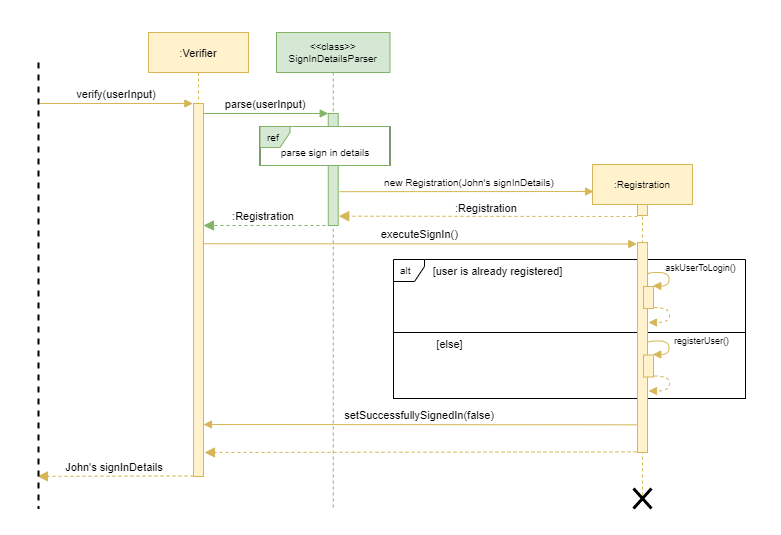
The draw.io diagram docs/developerGuideDiagrams/registrationSequenceDiagram.png in theeugenechong/tp, before a commit. Source tidied: cells renumbered, new cells last; positions are measured from the earlier drawing's top-left corner, leaving out a move shared by most shapes. Source of this version:
```xml
<mxGraphModel>
  <root>
    <mxCell id="0" />
    <mxCell id="1" parent="0" />
    <mxCell id="2" style="rounded=0;whiteSpace=wrap;html=1;fontSize=10;strokeColor=#FFFFFF;" parent="1" vertex="1">
      <mxGeometry width="780" height="534" as="geometry" />
    </mxCell>
    <mxCell id="3" style="rounded=0;whiteSpace=wrap;html=1;fontSize=10;" parent="1" vertex="1">
      <mxGeometry x="393" y="332" width="352" height="66" as="geometry" />
    </mxCell>
    <mxCell id="4" value="alt" style="shape=umlFrame;whiteSpace=wrap;html=1;width=31;height=22;boundedLbl=1;verticalAlign=middle;align=left;spacingLeft=5;fontSize=10;" parent="1" vertex="1">
      <mxGeometry x="393" y="259" width="352" height="73" as="geometry" />
    </mxCell>
    <mxCell id="5" value=":Verifier" style="shape=umlLifeline;perimeter=lifelinePerimeter;rounded=0;shadow=0;strokeWidth=1;fontFamily=Helvetica;fontSize=11;fillColor=#fff2cc;strokeColor=#d6b656;" parent="1" vertex="1">
      <mxGeometry x="148" y="32" width="100" height="444" as="geometry" />
    </mxCell>
    <mxCell id="6" style="points=[];perimeter=orthogonalPerimeter;rounded=0;shadow=0;strokeWidth=1;fontFamily=Helvetica;fontSize=11;fillColor=#fff2cc;strokeColor=#d6b656;" parent="5" vertex="1">
      <mxGeometry x="45" y="71" width="10" height="373" as="geometry" />
    </mxCell>
    <mxCell id="7" value=":Registration" style="verticalAlign=bottom;endArrow=block;dashed=1;endSize=8;shadow=0;strokeWidth=1;fontFamily=Helvetica;fontSize=11;fillColor=#d5e8d4;strokeColor=#82b366;endFill=1;" parent="5" edge="1">
      <mxGeometry x="0.01" relative="1" as="geometry">
        <mxPoint x="177" y="193" as="sourcePoint" />
        <mxPoint x="55" y="193" as="targetPoint" />
      </mxGeometry>
    </mxCell>
    <mxCell id="8" value="John's signInDetails" style="verticalAlign=bottom;endArrow=block;dashed=1;endSize=8;shadow=0;strokeWidth=1;fontFamily=Helvetica;fontSize=11;fillColor=#fff2cc;strokeColor=#d6b656;endFill=1;entryX=0.928;entryY=0.6;entryDx=0;entryDy=0;entryPerimeter=0;" parent="5" edge="1" target="34">
      <mxGeometry x="0.01" relative="1" as="geometry">
        <mxPoint x="45" y="443.4" as="sourcePoint" />
      </mxGeometry>
    </mxCell>
    <mxCell id="9" value="&lt;&lt;class&gt;&gt;&#10;SignInDetailsParser" style="shape=umlLifeline;perimeter=lifelinePerimeter;rounded=0;shadow=0;strokeWidth=1;fontFamily=Helvetica;fontSize=10;fillColor=#d5e8d4;strokeColor=#82b366;" parent="1" vertex="1">
      <mxGeometry x="276" y="32" width="113.5" height="478" as="geometry" />
    </mxCell>
    <mxCell id="10" style="points=[];perimeter=orthogonalPerimeter;rounded=0;shadow=0;strokeWidth=1;fontFamily=Helvetica;fontSize=11;fillColor=#d5e8d4;strokeColor=#82b366;" parent="9" vertex="1">
      <mxGeometry x="51.8" y="81" width="10" height="112" as="geometry" />
    </mxCell>
    <mxCell id="11" value="&lt;br&gt;parse sign in details" style="rounded=0;whiteSpace=wrap;html=1;fontSize=10;" parent="9" vertex="1">
      <mxGeometry x="-16.5" y="94" width="130" height="39" as="geometry" />
    </mxCell>
    <mxCell id="12" value="ref" style="shape=umlFrame;whiteSpace=wrap;html=1;width=30;height=21;boundedLbl=1;verticalAlign=middle;align=left;spacingLeft=5;fontSize=10;fillColor=#d5e8d4;strokeColor=#82b366;" parent="9" vertex="1">
      <mxGeometry x="-16.5" y="94" width="130" height="39" as="geometry" />
    </mxCell>
    <mxCell id="13" value="parse(userInput)" style="verticalAlign=bottom;endArrow=block;entryX=0;entryY=0;shadow=0;strokeWidth=1;fontFamily=Helvetica;fontSize=11;fillColor=#d5e8d4;strokeColor=#82b366;" parent="1" edge="1" source="6" target="10">
      <mxGeometry relative="1" as="geometry" />
    </mxCell>
    <mxCell id="14" value=":Registration" style="shape=umlLifeline;perimeter=lifelinePerimeter;rounded=0;shadow=0;strokeWidth=1;fontFamily=Helvetica;fontSize=10;fillColor=#fff2cc;strokeColor=#d6b656;" parent="1" vertex="1">
      <mxGeometry x="592" y="164" width="100" height="333" as="geometry" />
    </mxCell>
    <mxCell id="15" style="perimeter=orthogonalPerimeter;rounded=0;shadow=0;strokeWidth=1;fontFamily=Helvetica;fontSize=11;fillColor=#fff2cc;strokeColor=#d6b656;" parent="14" vertex="1">
      <mxGeometry x="45" y="40" width="10" height="11" as="geometry" />
    </mxCell>
    <mxCell id="16" style="points=[];perimeter=orthogonalPerimeter;rounded=0;shadow=0;strokeWidth=1;fontFamily=Helvetica;fontSize=11;fillColor=#fff2cc;strokeColor=#d6b656;" parent="14" vertex="1">
      <mxGeometry x="45" y="78" width="10" height="210" as="geometry" />
    </mxCell>
    <mxCell id="17" style="perimeter=orthogonalPerimeter;rounded=0;shadow=0;strokeWidth=1;fontFamily=Helvetica;fontSize=11;fillColor=#fff2cc;strokeColor=#d6b656;" parent="14" vertex="1">
      <mxGeometry x="51" y="122" width="10" height="22" as="geometry" />
    </mxCell>
    <mxCell id="18" value="new Registration(John's signInDetails)" style="verticalAlign=bottom;endArrow=block;shadow=0;strokeWidth=1;fontFamily=Helvetica;fontSize=10;fillColor=#fff2cc;strokeColor=#d6b656;exitX=1.125;exitY=0.698;exitDx=0;exitDy=0;exitPerimeter=0;fontStyle=0;" parent="1" edge="1" source="10">
      <mxGeometry x="0.02" relative="1" as="geometry">
        <mxPoint x="593" y="191" as="targetPoint" />
      </mxGeometry>
    </mxCell>
    <mxCell id="19" style="verticalAlign=bottom;endArrow=block;dashed=1;endSize=8;shadow=0;strokeWidth=1;fontFamily=Helvetica;fontSize=11;fillColor=#fff2cc;strokeColor=#d6b656;entryX=1.047;entryY=0.917;entryDx=0;entryDy=0;entryPerimeter=0;endFill=1;" parent="1" edge="1" target="10">
      <mxGeometry x="0.01" relative="1" as="geometry">
        <mxPoint x="637" y="216" as="sourcePoint" />
      </mxGeometry>
    </mxCell>
    <mxCell id="20" value="&lt;div style=&quot;text-align: center&quot;&gt;&lt;font size=&quot;1&quot;&gt;&lt;span style=&quot;background-color: rgb(255 , 255 , 255) ; font-size: 11px&quot;&gt;:Registration&lt;/span&gt;&lt;/font&gt;&lt;/div&gt;" style="text;whiteSpace=wrap;html=1;fontSize=9;fontFamily=Helvetica;" parent="1" vertex="1">
      <mxGeometry x="453" y="195" width="84" height="26" as="geometry" />
    </mxCell>
    <mxCell id="21" style="shape=umlDestroy;whiteSpace=wrap;html=1;strokeWidth=3;fontFamily=Helvetica;" parent="1" vertex="1">
      <mxGeometry x="633" y="488" width="18" height="20" as="geometry" />
    </mxCell>
    <mxCell id="22" style="verticalAlign=bottom;endArrow=block;dashed=1;endSize=8;shadow=0;strokeWidth=1;fontFamily=Helvetica;fontSize=11;fillColor=#fff2cc;strokeColor=#d6b656;exitX=-0.1;exitY=0.997;exitDx=0;exitDy=0;exitPerimeter=0;endFill=1;" parent="1" edge="1" source="16">
      <mxGeometry x="0.01" relative="1" as="geometry">
        <mxPoint x="204" y="452" as="targetPoint" />
      </mxGeometry>
    </mxCell>
    <mxCell id="23" value="verify(userInput)" style="verticalAlign=bottom;endArrow=block;shadow=0;strokeWidth=1;fontFamily=Helvetica;fontSize=11;fillColor=#fff2cc;strokeColor=#d6b656;" parent="1" edge="1">
      <mxGeometry relative="1" as="geometry">
        <mxPoint x="39" y="103" as="sourcePoint" />
        <mxPoint x="192.3" y="103" as="targetPoint" />
      </mxGeometry>
    </mxCell>
    <mxCell id="24" value="executeSignIn()" style="verticalAlign=bottom;endArrow=block;shadow=0;strokeWidth=1;fontFamily=Helvetica;fontSize=11;fillColor=#fff2cc;strokeColor=#d6b656;exitX=0.934;exitY=0.376;exitDx=0;exitDy=0;exitPerimeter=0;entryX=-0.067;entryY=0.007;entryDx=0;entryDy=0;entryPerimeter=0;" parent="1" edge="1" source="6" target="16">
      <mxGeometry relative="1" as="geometry" />
    </mxCell>
    <mxCell id="25" value="[user is&amp;nbsp;already registered]" style="text;html=1;align=center;verticalAlign=middle;strokeColor=none;fillColor=none;rounded=0;hachureGap=4;fontFamily=Helvetica;fontSize=11;" parent="1" vertex="1">
      <mxGeometry x="427" y="262.5" width="140" height="17" as="geometry" />
    </mxCell>
    <mxCell id="26" style="curved=1;endArrow=block;html=1;rounded=0;fontFamily=Helvetica;fontSize=10;edgeStyle=orthogonalEdgeStyle;entryX=0.976;entryY=0.048;entryDx=0;entryDy=0;entryPerimeter=0;exitX=1.052;exitY=0.177;exitDx=0;exitDy=0;exitPerimeter=0;fillColor=#fff2cc;strokeColor=#d6b656;endFill=1;" parent="1" edge="1">
      <mxGeometry relative="1" as="geometry">
        <mxPoint x="647" y="274" as="sourcePoint" />
        <mxPoint x="652.3" y="285.5" as="targetPoint" />
        <Array as="points">
          <mxPoint x="647.5" y="272" />
          <mxPoint x="668.5" y="272" />
          <mxPoint x="668.5" y="286" />
        </Array>
      </mxGeometry>
    </mxCell>
    <mxCell id="27" value="askUserToLogin()" style="text;html=1;align=center;verticalAlign=middle;strokeColor=none;fillColor=none;rounded=0;hachureGap=4;fontFamily=Helvetica;fontSize=9;" parent="1" vertex="1">
      <mxGeometry x="659" y="259" width="81" height="15" as="geometry" />
    </mxCell>
    <mxCell id="28" style="curved=1;endArrow=block;html=1;rounded=0;fontFamily=Helvetica;fontSize=10;edgeStyle=orthogonalEdgeStyle;exitX=0.976;exitY=1;exitDx=0;exitDy=0;exitPerimeter=0;dashed=1;fillColor=#fff2cc;strokeColor=#d6b656;endFill=1;" parent="1" edge="1">
      <mxGeometry relative="1" as="geometry">
        <mxPoint x="653.8" y="307" as="sourcePoint" />
        <mxPoint x="648" y="322" as="targetPoint" />
        <Array as="points">
          <mxPoint x="669" y="307" />
          <mxPoint x="669" y="322" />
        </Array>
      </mxGeometry>
    </mxCell>
    <mxCell id="29" value="[else]" style="text;html=1;align=center;verticalAlign=middle;strokeColor=none;fillColor=none;rounded=0;hachureGap=4;fontFamily=Helvetica;fontSize=11;" parent="1" vertex="1">
      <mxGeometry x="431" y="335" width="36" height="17" as="geometry" />
    </mxCell>
    <mxCell id="30" style="perimeter=orthogonalPerimeter;rounded=0;shadow=0;strokeWidth=1;fontFamily=Helvetica;fontSize=11;fillColor=#fff2cc;strokeColor=#d6b656;" parent="1" vertex="1">
      <mxGeometry x="643" y="354.5" width="10" height="22" as="geometry" />
    </mxCell>
    <mxCell id="31" style="curved=1;endArrow=block;html=1;rounded=0;fontFamily=Helvetica;fontSize=10;edgeStyle=orthogonalEdgeStyle;entryX=0.976;entryY=0.048;entryDx=0;entryDy=0;entryPerimeter=0;exitX=1.052;exitY=0.177;exitDx=0;exitDy=0;exitPerimeter=0;fillColor=#fff2cc;strokeColor=#d6b656;endFill=1;" parent="1" edge="1">
      <mxGeometry relative="1" as="geometry">
        <mxPoint x="647" y="342.5" as="sourcePoint" />
        <mxPoint x="652.3" y="354" as="targetPoint" />
        <Array as="points">
          <mxPoint x="647.5" y="340.5" />
          <mxPoint x="668.5" y="340.5" />
          <mxPoint x="668.5" y="354.5" />
        </Array>
      </mxGeometry>
    </mxCell>
    <mxCell id="32" value="registerUser()" style="text;html=1;align=center;verticalAlign=middle;strokeColor=none;fillColor=none;rounded=0;hachureGap=4;fontFamily=Helvetica;fontSize=9;" parent="1" vertex="1">
      <mxGeometry x="668" y="332" width="65" height="15" as="geometry" />
    </mxCell>
    <mxCell id="33" style="curved=1;endArrow=block;html=1;rounded=0;fontFamily=Helvetica;fontSize=10;edgeStyle=orthogonalEdgeStyle;exitX=0.976;exitY=1;exitDx=0;exitDy=0;exitPerimeter=0;dashed=1;fillColor=#fff2cc;strokeColor=#d6b656;endFill=1;" parent="1" edge="1">
      <mxGeometry relative="1" as="geometry">
        <mxPoint x="653.8" y="375.5" as="sourcePoint" />
        <mxPoint x="648" y="390.5" as="targetPoint" />
        <Array as="points">
          <mxPoint x="669" y="375.5" />
          <mxPoint x="669" y="390.5" />
        </Array>
      </mxGeometry>
    </mxCell>
    <mxCell id="34" style="line;strokeWidth=2;direction=south;html=1;fontSize=10;dashed=1;" parent="1" vertex="1">
      <mxGeometry x="33" y="62" width="10" height="446" as="geometry" />
    </mxCell>
    <mxCell id="35" value="setSuccessfullySignedIn(false)" style="verticalAlign=bottom;endArrow=block;shadow=0;strokeWidth=1;fontFamily=Helvetica;fontSize=11;fillColor=#fff2cc;strokeColor=#d6b656;exitX=-0.048;exitY=0.324;exitDx=0;exitDy=0;exitPerimeter=0;" parent="1" edge="1">
      <mxGeometry relative="1" as="geometry">
        <mxPoint x="636.1" y="424.3" as="sourcePoint" />
        <mxPoint x="203" y="424" as="targetPoint" />
      </mxGeometry>
    </mxCell>
  </root>
</mxGraphModel>
```
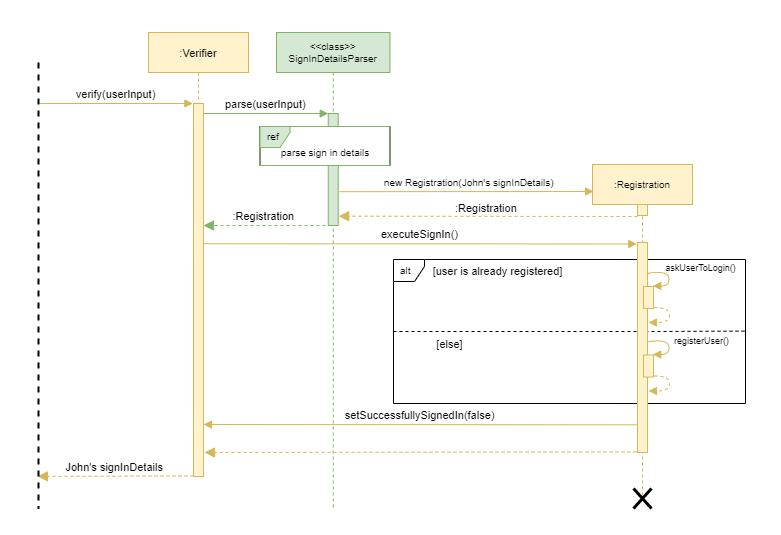
Later version of the same file.

What changed in the source:
```diff
@@ -5,12 +5,18 @@
     <mxCell id="2" style="rounded=0;whiteSpace=wrap;html=1;fontSize=10;strokeColor=#FFFFFF;" parent="1" vertex="1">
       <mxGeometry width="780" height="534" as="geometry" />
     </mxCell>
-    <mxCell id="3" style="rounded=0;whiteSpace=wrap;html=1;fontSize=10;" parent="1" vertex="1">
-      <mxGeometry x="393" y="332" width="352" height="66" as="geometry" />
-    </mxCell>
     <mxCell id="4" value="alt" style="shape=umlFrame;whiteSpace=wrap;html=1;width=31;height=22;boundedLbl=1;verticalAlign=middle;align=left;spacingLeft=5;fontSize=10;" parent="1" vertex="1">
-      <mxGeometry x="393" y="259" width="352" height="73" as="geometry" />
+      <mxGeometry x="393" y="259" width="352" height="144" as="geometry" />
     </mxCell>
+    <mxCell id="36" style="endArrow=none;dashed=1;html=1;rounded=0;edgeStyle=orthogonalEdgeStyle;entryX=1.006;entryY=0.462;entryDx=0;entryDy=0;entryPerimeter=0;" parent="1" edge="1">
+      <mxGeometry relative="1" as="geometry">
+        <mxPoint x="393" y="331" as="sourcePoint" />
+        <mxPoint x="745" y="330.6" as="targetPoint" />
+        <Array as="points">
+          <mxPoint x="650.8" y="330.4" />
+        </Array>
+      </mxGeometry>
+    </mxCell>
     <mxCell id="5" value=":Verifier" style="shape=umlLifeline;perimeter=lifelinePerimeter;rounded=0;shadow=0;strokeWidth=1;fontFamily=Helvetica;fontSize=11;fillColor=#fff2cc;strokeColor=#d6b656;" parent="1" vertex="1">
       <mxGeometry x="148" y="32" width="100" height="444" as="geometry" />
     </mxCell>
```
